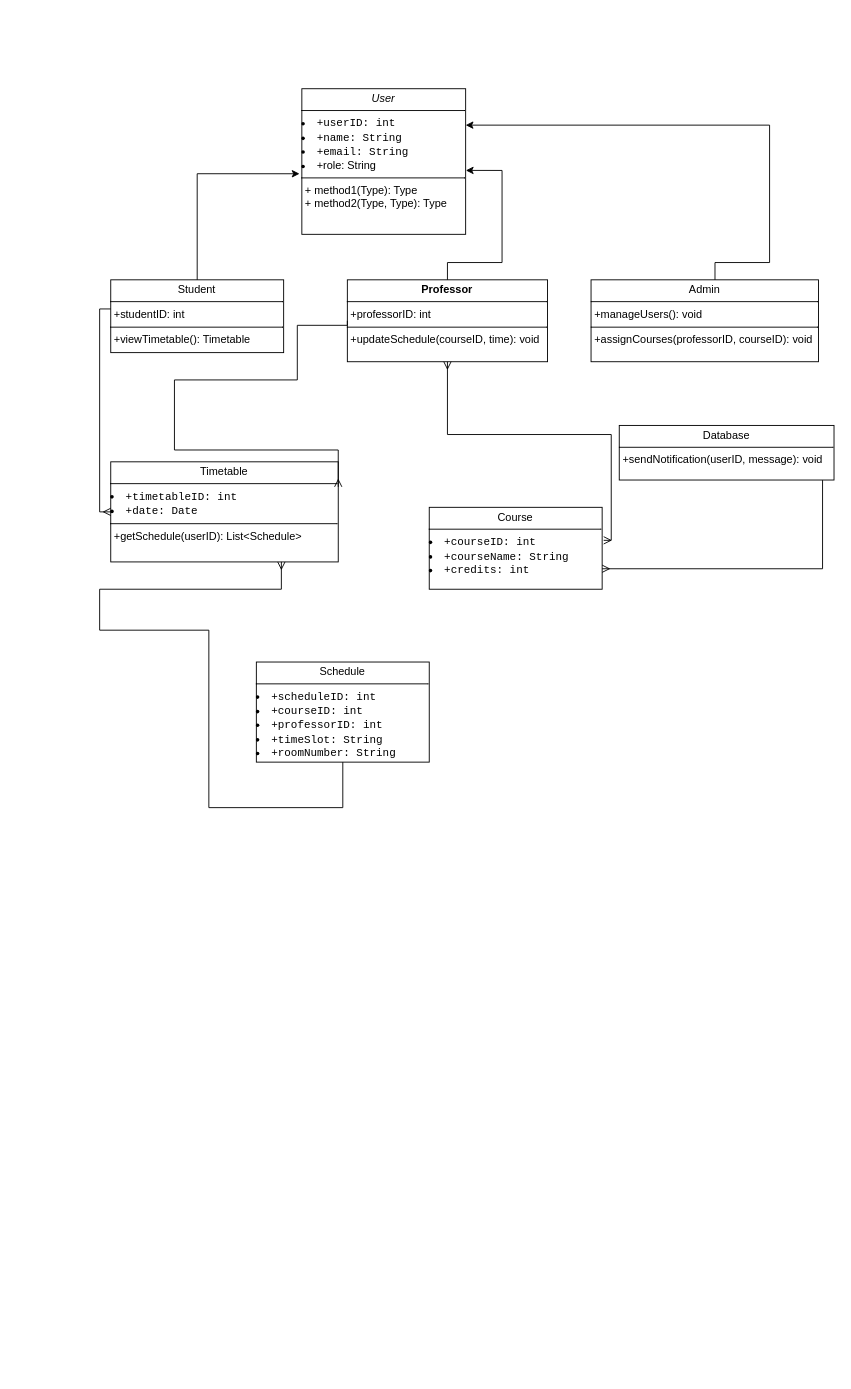
Before: Untitled Diagram.drawio in Animofly/se_assign_3, a draw.io diagram. Source tidied: cells renumbered, new cells numbered last; positions are measured from the earlier drawing's top-left corner, leaving out a move shared by most shapes. Both pictures are drawn from the tidied source at 91%, with x=0, y=0 at pixel (99, 88).
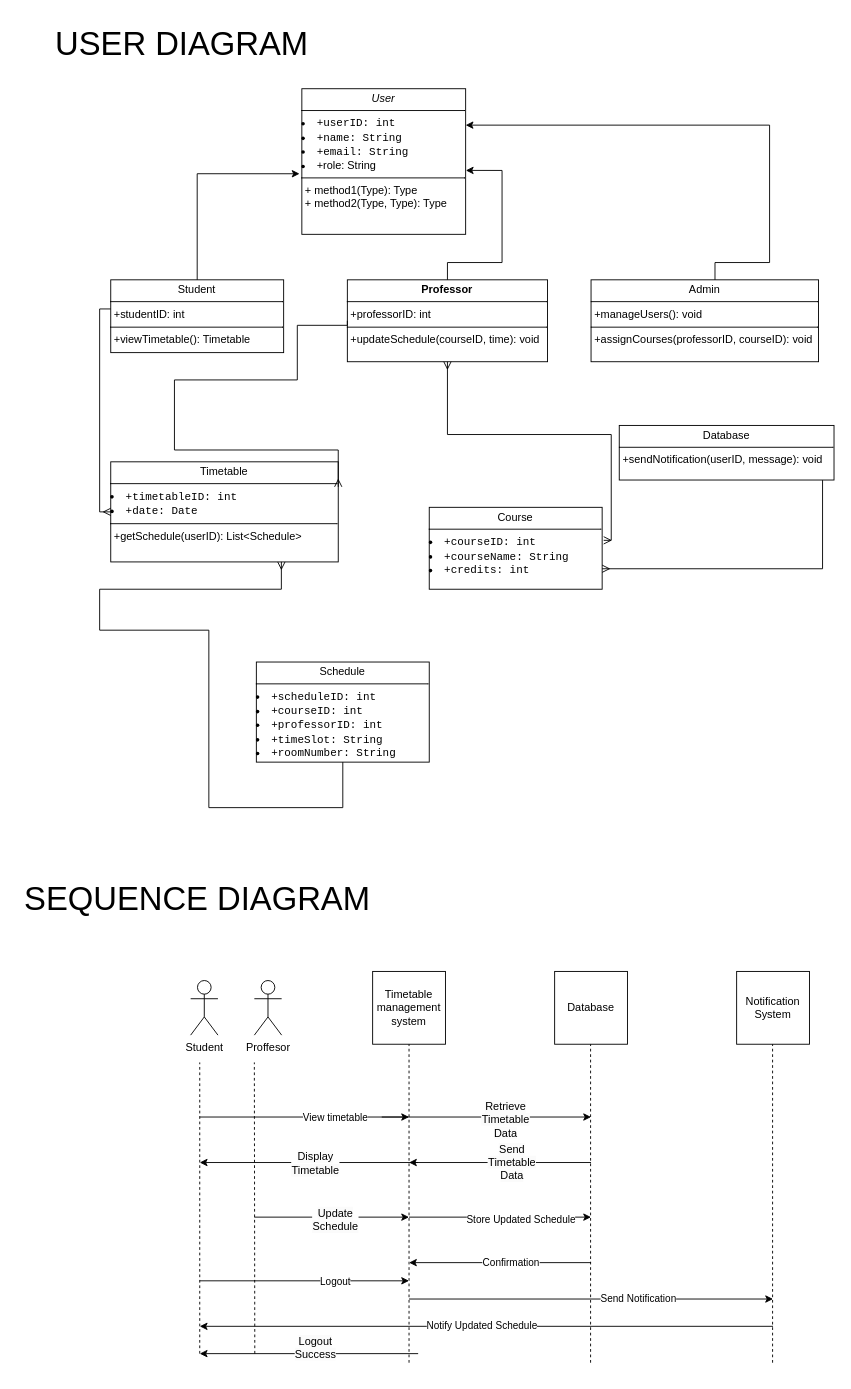
After the change.

What changed in the source:
```diff
@@
+    <mxCell id="18" value="Timetable management system" style="whiteSpace=wrap;html=1;" parent="1" vertex="1">
+      <mxGeometry x="300" y="970" width="80" height="80" as="geometry" />
+    </mxCell>
+    <mxCell id="19" value="Database" style="whiteSpace=wrap;html=1;" parent="1" vertex="1">
+      <mxGeometry x="500" y="970" width="80" height="80" as="geometry" />
+    </mxCell>
+    <mxCell id="20" value="Notification System" style="whiteSpace=wrap;html=1;" parent="1" vertex="1">
+      <mxGeometry x="700" y="970" width="80" height="80" as="geometry" />
+    </mxCell>
+    <mxCell id="21" value="Proffesor" style="shape=umlActor;verticalLabelPosition=bottom;verticalAlign=top;html=1;" parent="1" vertex="1">
+      <mxGeometry x="170" y="980" width="30" height="60" as="geometry" />
+    </mxCell>
+    <mxCell id="22" style="endArrow=none;dashed=1;html=1;rounded=0;entryX=0.5;entryY=1;entryDx=0;entryDy=0;" parent="1" edge="1" target="18">
+      <mxGeometry relative="1" as="geometry">
+        <mxPoint x="340" y="1400" as="sourcePoint" />
+      </mxGeometry>
+    </mxCell>
+    <mxCell id="23" style="endArrow=none;dashed=1;html=1;rounded=0;entryX=0.5;entryY=1;entryDx=0;entryDy=0;" parent="1" edge="1">
+      <mxGeometry relative="1" as="geometry">
+        <mxPoint x="539.5" y="1400" as="sourcePoint" />
+        <mxPoint x="539.5" y="1050" as="targetPoint" />
+      </mxGeometry>
+    </mxCell>
+    <mxCell id="24" style="endArrow=none;dashed=1;html=1;rounded=0;entryX=0.5;entryY=1;entryDx=0;entryDy=0;" parent="1" edge="1">
+      <mxGeometry relative="1" as="geometry">
+        <mxPoint x="739.5" y="1400" as="sourcePoint" />
+        <mxPoint x="739.5" y="1050" as="targetPoint" />
+      </mxGeometry>
+    </mxCell>
+    <mxCell id="25" value="Student" style="shape=umlActor;verticalLabelPosition=bottom;verticalAlign=top;html=1;" parent="1" vertex="1">
+      <mxGeometry x="100" y="980" width="30" height="60" as="geometry" />
+    </mxCell>
+    <mxCell id="26" style="endArrow=none;dashed=1;html=1;rounded=0;entryX=0.5;entryY=1;entryDx=0;entryDy=0;" parent="1" edge="1">
+      <mxGeometry relative="1" as="geometry">
+        <mxPoint x="170.5" y="1390" as="sourcePoint" />
+        <mxPoint x="170" y="1070" as="targetPoint" />
+      </mxGeometry>
+    </mxCell>
+    <mxCell id="27" style="endArrow=none;dashed=1;html=1;rounded=0;entryX=0.5;entryY=1;entryDx=0;entryDy=0;" parent="1" edge="1">
+      <mxGeometry relative="1" as="geometry">
+        <mxPoint x="110" y="1390" as="sourcePoint" />
+        <mxPoint x="110" y="1070" as="targetPoint" />
+      </mxGeometry>
+    </mxCell>
+    <mxCell id="28" style="endArrow=classic;html=1;rounded=0;" parent="1" edge="1">
+      <mxGeometry relative="1" as="geometry">
+        <mxPoint x="110" y="1130" as="sourcePoint" />
+        <mxPoint x="340" y="1130" as="targetPoint" />
+      </mxGeometry>
+    </mxCell>
+    <mxCell id="29" value="View timetable" style="edgeLabel;html=1;align=center;verticalAlign=middle;" parent="28" vertex="1">
+      <mxGeometry x="0.29" relative="1" as="geometry" />
+    </mxCell>
+    <mxCell id="30" style="endArrow=classic;html=1;rounded=0;" parent="1" edge="1">
+      <mxGeometry relative="1" as="geometry">
+        <mxPoint x="310" y="1130" as="sourcePoint" />
+        <mxPoint x="540" y="1130" as="targetPoint" />
+      </mxGeometry>
+    </mxCell>
+    <mxCell id="31" value="&lt;span style=&quot;font-size: 12px; text-align: left; text-wrap-mode: wrap; background-color: rgb(251, 251, 251);&quot;&gt;Retrieve Timetable Data&lt;/span&gt;" style="edgeLabel;html=1;align=center;verticalAlign=middle;" parent="30" vertex="1">
+      <mxGeometry x="0.17" y="-2" relative="1" as="geometry" />
+    </mxCell>
+    <mxCell id="32" style="endArrow=classic;html=1;rounded=0;" parent="1" edge="1">
+      <mxGeometry relative="1" as="geometry">
+        <mxPoint x="540" y="1180" as="sourcePoint" />
+        <mxPoint x="340" y="1180" as="targetPoint" />
+      </mxGeometry>
+    </mxCell>
+    <mxCell id="33" value="&lt;span style=&quot;font-size: 12px; text-align: left; text-wrap-mode: wrap; background-color: rgb(251, 251, 251);&quot;&gt;Send Timetable Data&lt;/span&gt;" style="edgeLabel;html=1;align=center;verticalAlign=middle;" parent="32" vertex="1">
+      <mxGeometry x="-0.12" y="-1" relative="1" as="geometry" />
+    </mxCell>
+    <mxCell id="34" style="endArrow=classic;html=1;rounded=0;" parent="1" edge="1">
+      <mxGeometry relative="1" as="geometry">
+        <mxPoint x="350" y="1180" as="sourcePoint" />
+        <mxPoint x="110" y="1180" as="targetPoint" />
+      </mxGeometry>
+    </mxCell>
+    <mxCell id="35" value="&lt;span style=&quot;font-size: 12px; text-align: left; text-wrap-mode: wrap; background-color: rgb(251, 251, 251);&quot;&gt;Display Timetable&lt;/span&gt;" style="edgeLabel;html=1;align=center;verticalAlign=middle;" parent="34" vertex="1">
+      <mxGeometry x="-0.05" relative="1" as="geometry" />
+    </mxCell>
+    <mxCell id="36" style="endArrow=classic;html=1;rounded=0;" parent="1" edge="1">
+      <mxGeometry relative="1" as="geometry">
+        <mxPoint x="170" y="1240" as="sourcePoint" />
+        <mxPoint x="340" y="1240" as="targetPoint" />
+      </mxGeometry>
+    </mxCell>
+    <mxCell id="37" value="&lt;span style=&quot;font-size: 12px; text-align: left; text-wrap-mode: wrap; background-color: rgb(251, 251, 251);&quot;&gt;Update Schedule&lt;/span&gt;" style="edgeLabel;html=1;align=center;verticalAlign=middle;" parent="36" vertex="1">
+      <mxGeometry x="0.04" y="-2" relative="1" as="geometry" />
+    </mxCell>
+    <mxCell id="38" style="endArrow=classic;html=1;rounded=0;" parent="1" edge="1">
+      <mxGeometry relative="1" as="geometry">
+        <mxPoint x="340" y="1240" as="sourcePoint" />
+        <mxPoint x="540" y="1240" as="targetPoint" />
+      </mxGeometry>
+    </mxCell>
+    <mxCell id="39" value="Store Updated Schedule" style="edgeLabel;html=1;align=center;verticalAlign=middle;" parent="38" vertex="1">
+      <mxGeometry x="0.22" y="-2" relative="1" as="geometry" />
+    </mxCell>
+    <mxCell id="40" style="endArrow=classic;html=1;rounded=0;" parent="1" edge="1">
+      <mxGeometry relative="1" as="geometry">
+        <mxPoint x="540" y="1290" as="sourcePoint" />
+        <mxPoint x="340" y="1290" as="targetPoint" />
+      </mxGeometry>
+    </mxCell>
+    <mxCell id="41" value="Confirmation" style="edgeLabel;html=1;align=center;verticalAlign=middle;" parent="40" vertex="1">
+      <mxGeometry x="-0.11" y="-1" relative="1" as="geometry" />
+    </mxCell>
+    <mxCell id="42" style="endArrow=classic;html=1;rounded=0;" parent="1" edge="1">
+      <mxGeometry relative="1" as="geometry">
+        <mxPoint x="340" y="1330" as="sourcePoint" />
+        <mxPoint x="740" y="1330" as="targetPoint" />
+      </mxGeometry>
+    </mxCell>
+    <mxCell id="43" value="Send Notification" style="edgeLabel;html=1;align=center;verticalAlign=middle;" parent="42" vertex="1">
+      <mxGeometry x="0.26" y="1" relative="1" as="geometry">
+        <mxPoint x="-1" as="offset" />
+      </mxGeometry>
+    </mxCell>
+    <mxCell id="44" style="endArrow=classic;html=1;rounded=0;" parent="1" edge="1">
+      <mxGeometry relative="1" as="geometry">
+        <mxPoint x="740" y="1360" as="sourcePoint" />
+        <mxPoint x="110" y="1360" as="targetPoint" />
+      </mxGeometry>
+    </mxCell>
+    <mxCell id="45" value="Notify Updated Schedule" style="edgeLabel;html=1;align=center;verticalAlign=middle;" parent="44" vertex="1">
+      <mxGeometry x="0.02" y="-2" relative="1" as="geometry" />
+    </mxCell>
+    <mxCell id="46" style="endArrow=classic;html=1;rounded=0;" parent="1" edge="1">
+      <mxGeometry relative="1" as="geometry">
+        <mxPoint x="110" y="1310" as="sourcePoint" />
+        <mxPoint x="340" y="1310" as="targetPoint" />
+      </mxGeometry>
+    </mxCell>
+    <mxCell id="47" value="Logout" style="edgeLabel;html=1;align=center;verticalAlign=middle;" parent="46" vertex="1">
+      <mxGeometry x="0.29" relative="1" as="geometry" />
+    </mxCell>
+    <mxCell id="48" style="endArrow=classic;html=1;rounded=0;" parent="1" edge="1">
+      <mxGeometry relative="1" as="geometry">
+        <mxPoint x="350" y="1390" as="sourcePoint" />
+        <mxPoint x="110" y="1390" as="targetPoint" />
+      </mxGeometry>
+    </mxCell>
+    <mxCell id="49" value="&lt;span style=&quot;font-size: 12px; text-align: left; text-wrap-mode: wrap; background-color: rgb(251, 251, 251);&quot;&gt;Logout Success&lt;/span&gt;&lt;div&gt;&lt;span style=&quot;font-size: 12px; text-align: left; text-wrap-mode: wrap; background-color: rgb(251, 251, 251);&quot;&gt;&lt;br&gt;&lt;/span&gt;&lt;/div&gt;" style="edgeLabel;html=1;align=center;verticalAlign=middle;" parent="48" vertex="1">
+      <mxGeometry x="-0.05" relative="1" as="geometry" />
+    </mxCell>
+    <mxCell id="50" value="&lt;font style=&quot;font-size: 36px;&quot;&gt;USER DIAGRAM&lt;/font&gt;" style="text;html=1;align=center;verticalAlign=middle;strokeColor=none;fillColor=none;" parent="1" vertex="1">
+      <mxGeometry x="-60" y="-80" width="300" height="60" as="geometry" />
+    </mxCell>
+    <mxCell id="51" value="&lt;font style=&quot;font-size: 36px;&quot;&gt;SEQUENCE DIAGRAM&lt;/font&gt;" style="text;html=1;align=center;verticalAlign=middle;strokeColor=none;fillColor=none;" parent="1" vertex="1">
+      <mxGeometry x="-92.8" y="860" width="400" height="60" as="geometry" />
+    </mxCell>
```
